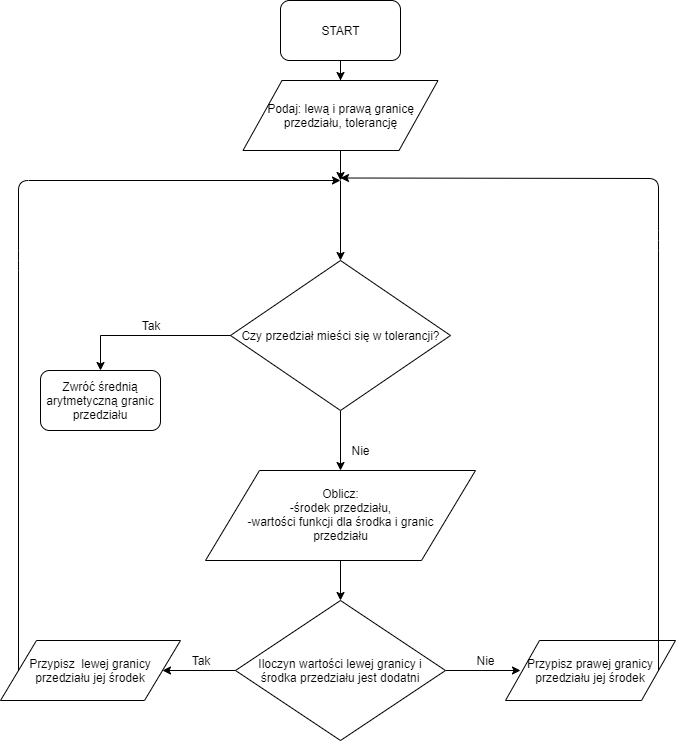
Before: Bisekcja.png, a diagram exported from draw.io (finloop/biselect). Source tidied: cells renumbered, new cells last; positions are measured from the earlier drawing's top-left corner, leaving out a move shared by most shapes. Its diagram source:
```xml
<mxGraphModel>
  <root>
    <mxCell id="0" />
    <mxCell id="1" parent="0" />
    <mxCell id="2" style="edgeStyle=orthogonalEdgeStyle;rounded=0;jettySize=auto;html=1;" parent="1" edge="1" source="3" target="9">
      <mxGeometry relative="1" as="geometry" />
    </mxCell>
    <mxCell id="3" value="Czy przedział mieści się w tolerancji?&lt;br&gt;" style="rhombus;whiteSpace=wrap;html=1;" parent="1" vertex="1">
      <mxGeometry x="230" y="260" width="220" height="150" as="geometry" />
    </mxCell>
    <mxCell id="4" style="edgeStyle=orthogonalEdgeStyle;rounded=0;jettySize=auto;html=1;exitX=0;exitY=0.5;exitDx=0;exitDy=0;entryX=0.5;entryY=0;entryDx=0;entryDy=0;" parent="1" edge="1" source="3" target="6">
      <mxGeometry relative="1" as="geometry">
        <Array as="points">
          <mxPoint x="100" y="335" />
        </Array>
      </mxGeometry>
    </mxCell>
    <mxCell id="5" value="Tak" style="text;html=1;strokeColor=none;fillColor=none;align=center;verticalAlign=middle;whiteSpace=wrap;rounded=0;" parent="1" vertex="1">
      <mxGeometry x="130" y="315" width="40" height="20" as="geometry" />
    </mxCell>
    <mxCell id="6" value="Zwróć średnią arytmetyczną granic przedziału" style="rounded=1;whiteSpace=wrap;html=1;" parent="1" vertex="1">
      <mxGeometry x="40" y="370" width="120" height="60" as="geometry" />
    </mxCell>
    <mxCell id="7" value="Nie&lt;br&gt;" style="text;html=1;strokeColor=none;fillColor=none;align=center;verticalAlign=middle;whiteSpace=wrap;rounded=0;" parent="1" vertex="1">
      <mxGeometry x="340" y="440" width="40" height="20" as="geometry" />
    </mxCell>
    <mxCell id="8" style="edgeStyle=orthogonalEdgeStyle;rounded=0;jettySize=auto;html=1;" parent="1" edge="1" source="9" target="12">
      <mxGeometry relative="1" as="geometry" />
    </mxCell>
    <mxCell id="9" value="Oblicz:&lt;br&gt;-środek przedziału,&lt;br&gt;-wartości funkcji dla środka i granic &lt;br&gt;przedziału" style="shape=parallelogram;perimeter=parallelogramPerimeter;whiteSpace=wrap;html=1;" parent="1" vertex="1">
      <mxGeometry x="205" y="470" width="270" height="90" as="geometry" />
    </mxCell>
    <mxCell id="10" style="edgeStyle=orthogonalEdgeStyle;rounded=0;jettySize=auto;html=1;entryX=1;entryY=0.5;entryDx=0;entryDy=0;" parent="1" edge="1" source="12" target="15">
      <mxGeometry relative="1" as="geometry" />
    </mxCell>
    <mxCell id="11" style="edgeStyle=orthogonalEdgeStyle;rounded=0;jettySize=auto;html=1;" parent="1" edge="1" source="12">
      <mxGeometry relative="1" as="geometry">
        <mxPoint x="520" y="670" as="targetPoint" />
      </mxGeometry>
    </mxCell>
    <mxCell id="12" value="Iloczyn wartości lewej granicy i &lt;br&gt;środka przedziału jest dodatni" style="rhombus;whiteSpace=wrap;html=1;" parent="1" vertex="1">
      <mxGeometry x="235" y="600" width="210" height="140" as="geometry" />
    </mxCell>
    <mxCell id="13" value="Tak" style="text;html=1;strokeColor=none;fillColor=none;align=center;verticalAlign=middle;whiteSpace=wrap;rounded=0;" parent="1" vertex="1">
      <mxGeometry x="180" y="650" width="40" height="20" as="geometry" />
    </mxCell>
    <mxCell id="14" value="Nie" style="text;html=1;strokeColor=none;fillColor=none;align=center;verticalAlign=middle;whiteSpace=wrap;rounded=0;" parent="1" vertex="1">
      <mxGeometry x="465" y="650" width="40" height="20" as="geometry" />
    </mxCell>
    <mxCell id="15" value="Przypisz&amp;nbsp; lewej granicy przedziału jej środek" style="shape=parallelogram;perimeter=parallelogramPerimeter;whiteSpace=wrap;html=1;" parent="1" vertex="1">
      <mxGeometry y="640" width="180" height="60" as="geometry" />
    </mxCell>
    <mxCell id="16" value="&lt;span style=&quot;white-space: normal&quot;&gt;Przypisz prawej granicy przedziału jej środek&lt;/span&gt;" style="shape=parallelogram;perimeter=parallelogramPerimeter;whiteSpace=wrap;html=1;" parent="1" vertex="1">
      <mxGeometry x="505" y="640" width="170" height="60" as="geometry" />
    </mxCell>
    <mxCell id="17" style="endArrow=classic;html=1;exitX=0;exitY=0.5;exitDx=0;exitDy=0;" parent="1" edge="1" source="15">
      <mxGeometry relative="1" as="geometry">
        <mxPoint x="340" y="180" as="targetPoint" />
        <Array as="points">
          <mxPoint x="18" y="260" />
          <mxPoint x="18" y="180" />
        </Array>
      </mxGeometry>
    </mxCell>
    <mxCell id="18" style="endArrow=classic;html=1;entryX=0.5;entryY=0;entryDx=0;entryDy=0;" parent="1" edge="1" target="3">
      <mxGeometry relative="1" as="geometry">
        <mxPoint x="340" y="180" as="sourcePoint" />
      </mxGeometry>
    </mxCell>
    <mxCell id="19" style="endArrow=classic;html=1;exitX=1;exitY=0.5;exitDx=0;exitDy=0;" parent="1" edge="1" source="16">
      <mxGeometry relative="1" as="geometry">
        <mxPoint x="340" y="177.5" as="targetPoint" />
        <Array as="points">
          <mxPoint x="658" y="240" />
          <mxPoint x="658" y="178" />
        </Array>
      </mxGeometry>
    </mxCell>
    <mxCell id="20" style="edgeStyle=orthogonalEdgeStyle;rounded=0;jettySize=auto;html=1;entryX=0.5;entryY=0;entryDx=0;entryDy=0;" parent="1" edge="1" source="21" target="23">
      <mxGeometry relative="1" as="geometry" />
    </mxCell>
    <mxCell id="21" value="START" style="rounded=1;whiteSpace=wrap;html=1;" parent="1" vertex="1">
      <mxGeometry x="280" width="120" height="60" as="geometry" />
    </mxCell>
    <mxCell id="22" style="edgeStyle=orthogonalEdgeStyle;rounded=0;jettySize=auto;html=1;" parent="1" edge="1" source="23">
      <mxGeometry relative="1" as="geometry">
        <mxPoint x="340" y="180" as="targetPoint" />
      </mxGeometry>
    </mxCell>
    <mxCell id="23" value="Podaj: lewą i prawą granicę przedziału, tolerancję" style="shape=parallelogram;perimeter=parallelogramPerimeter;whiteSpace=wrap;html=1;" parent="1" vertex="1">
      <mxGeometry x="242.5" y="80" width="195" height="70" as="geometry" />
    </mxCell>
  </root>
</mxGraphModel>
```
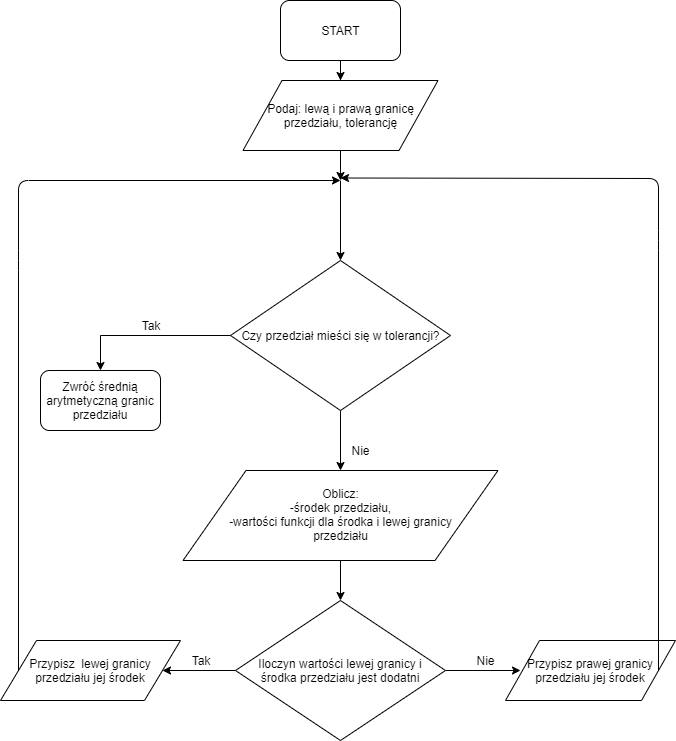
The same file after the commit.

What changed in the source:
```diff
@@ -27,8 +27,8 @@
     <mxCell id="8" style="edgeStyle=orthogonalEdgeStyle;rounded=0;jettySize=auto;html=1;" parent="1" edge="1" source="9" target="12">
       <mxGeometry relative="1" as="geometry" />
     </mxCell>
-    <mxCell id="9" value="Oblicz:&lt;br&gt;-środek przedziału,&lt;br&gt;-wartości funkcji dla środka i granic &lt;br&gt;przedziału" style="shape=parallelogram;perimeter=parallelogramPerimeter;whiteSpace=wrap;html=1;" parent="1" vertex="1">
-      <mxGeometry x="205" y="470" width="270" height="90" as="geometry" />
+    <mxCell id="9" value="Oblicz:&lt;br&gt;-środek przedziału,&lt;br&gt;-wartości funkcji dla środka i lewej granicy&lt;br&gt;przedziału" style="shape=parallelogram;perimeter=parallelogramPerimeter;whiteSpace=wrap;html=1;" parent="1" vertex="1">
+      <mxGeometry x="182.5" y="470" width="315" height="90" as="geometry" />
     </mxCell>
     <mxCell id="10" style="edgeStyle=orthogonalEdgeStyle;rounded=0;jettySize=auto;html=1;entryX=1;entryY=0.5;entryDx=0;entryDy=0;" parent="1" edge="1" source="12" target="15">
       <mxGeometry relative="1" as="geometry" />
```
